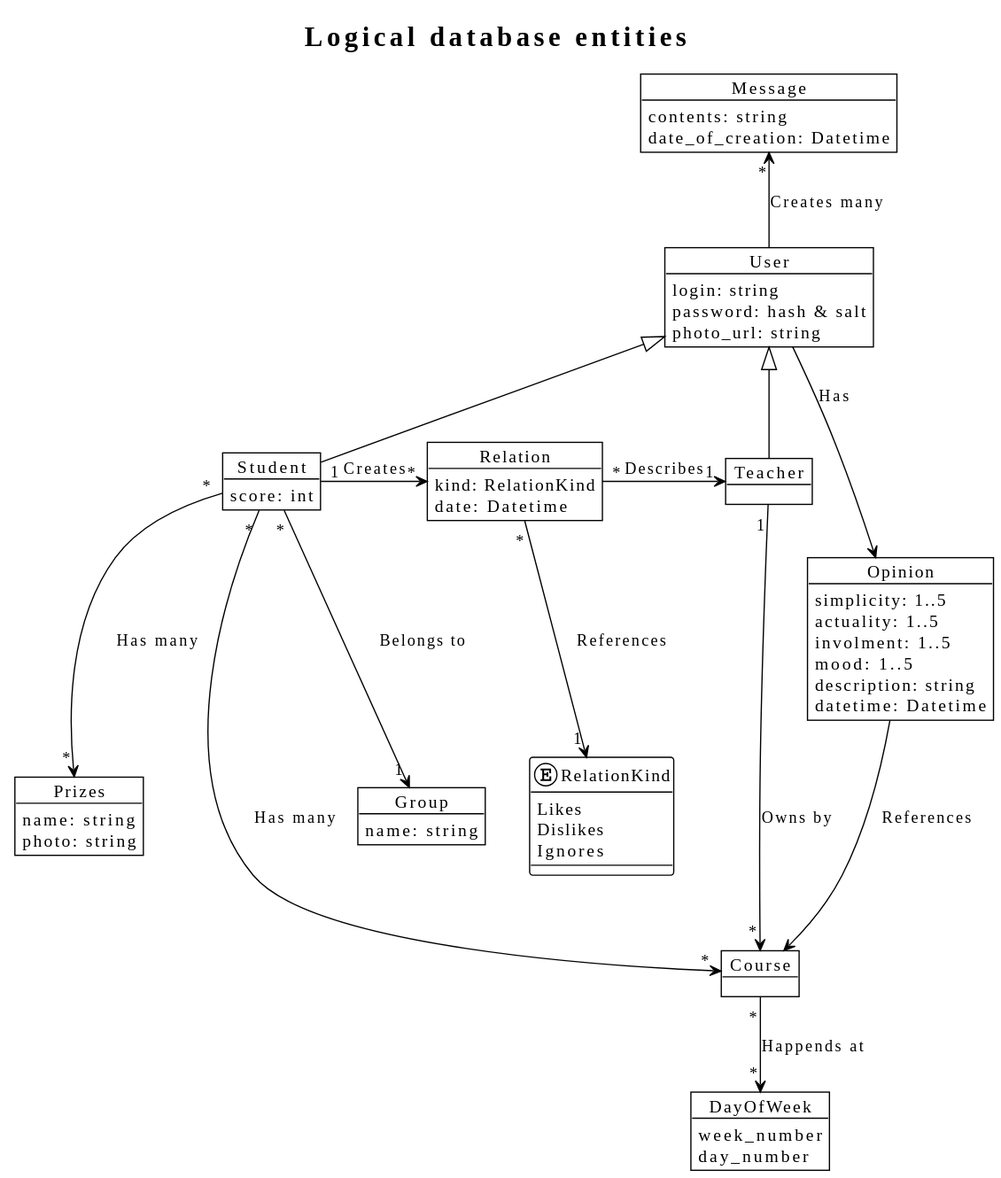
The PlantUML diagram backend/uml/database_entity.svg in Egorkin-enabled/Neimark2025, before a commit.
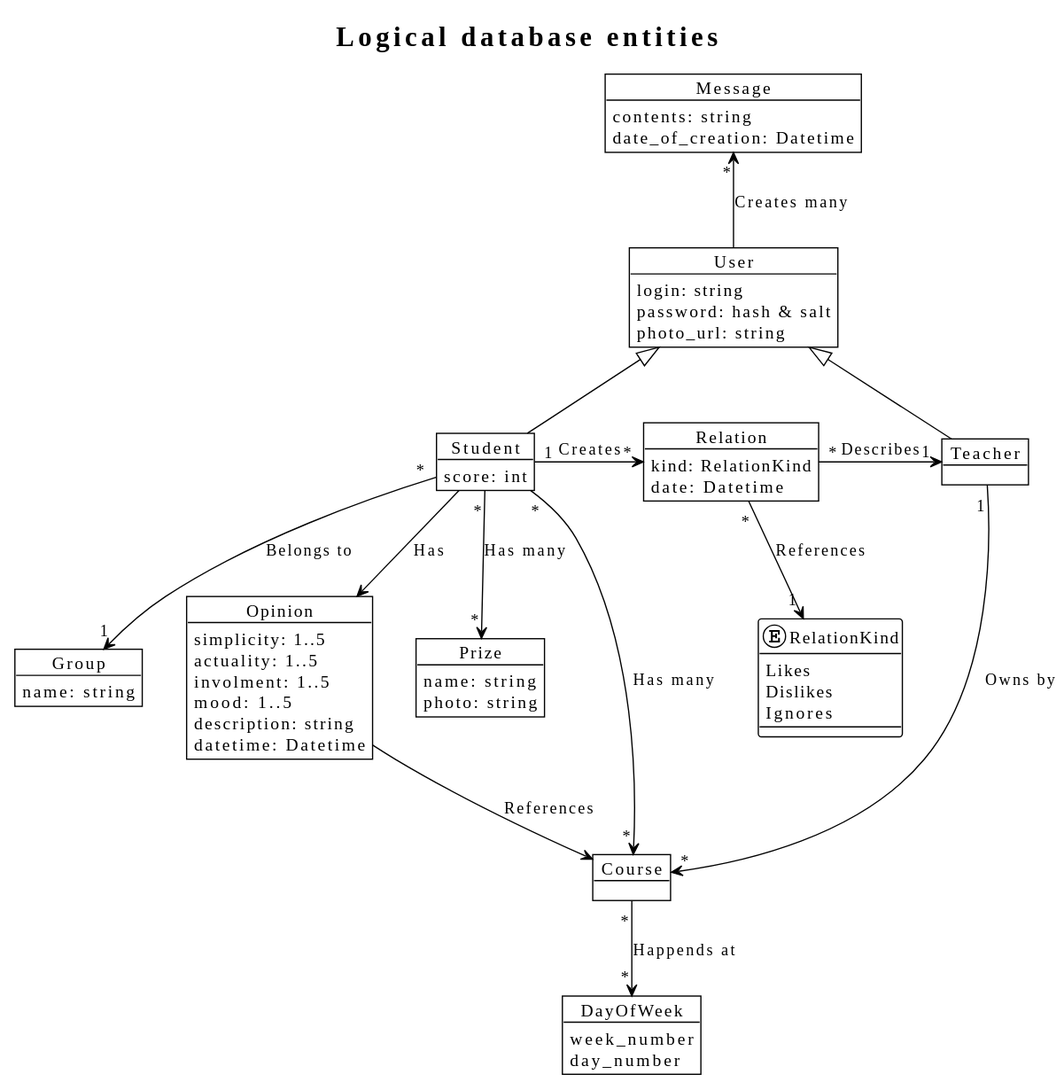
Above is the later version.

The edit, as a diff of the source:
```diff
@@ -9,7 +9,7 @@
     day_number
 }
 
-object Prizes {
+object Prize {
     name: string
     photo: string
 }
@@ -72,7 +72,7 @@
 User <|-- Student
 User <|-- Teacher
 
-Student "*" --> "*" Prizes: Has many
+Student "*" --> "*" Prize: Has many
 Student "*" ---> "*" Course: Has many
 Teacher "1" ---> "*" Course: Owns by
 
@@ -81,6 +81,6 @@
 Student "1" -right-> "*" Relation: Creates
 Relation "*" -right-> "1" Teacher: Describes
 
-User --> Opinion : Has
+Student --> Opinion : Has
 Opinion --> Course: References
 @enduml
```
